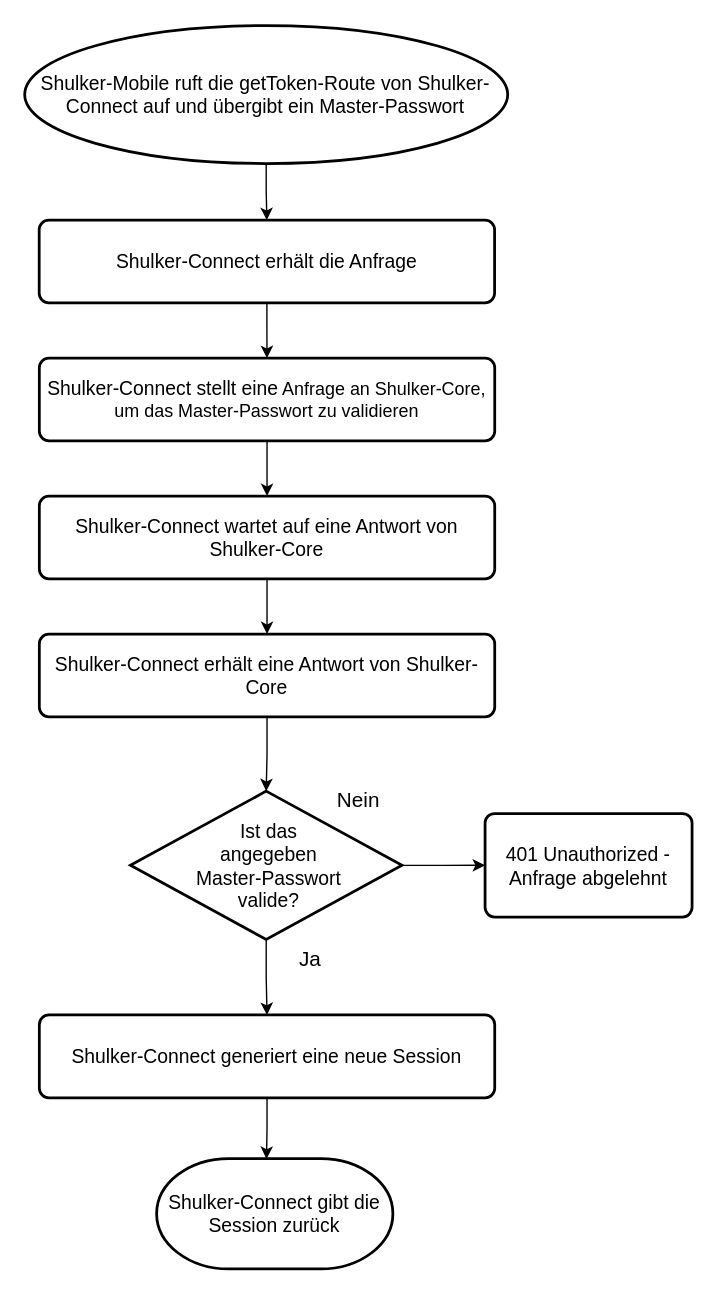
Earlier version of the draw.io diagram shulker-docs/images/connect/AblaufGetToken.drawio (htl-anichstrasse/shulker). Source tidied: cells renumbered, new cells numbered last; positions are measured from the earlier drawing's top-left corner, leaving out a move shared by most shapes. Both pictures are drawn from the tidied source at 138%, with x=0, y=0 at pixel (23, 25).
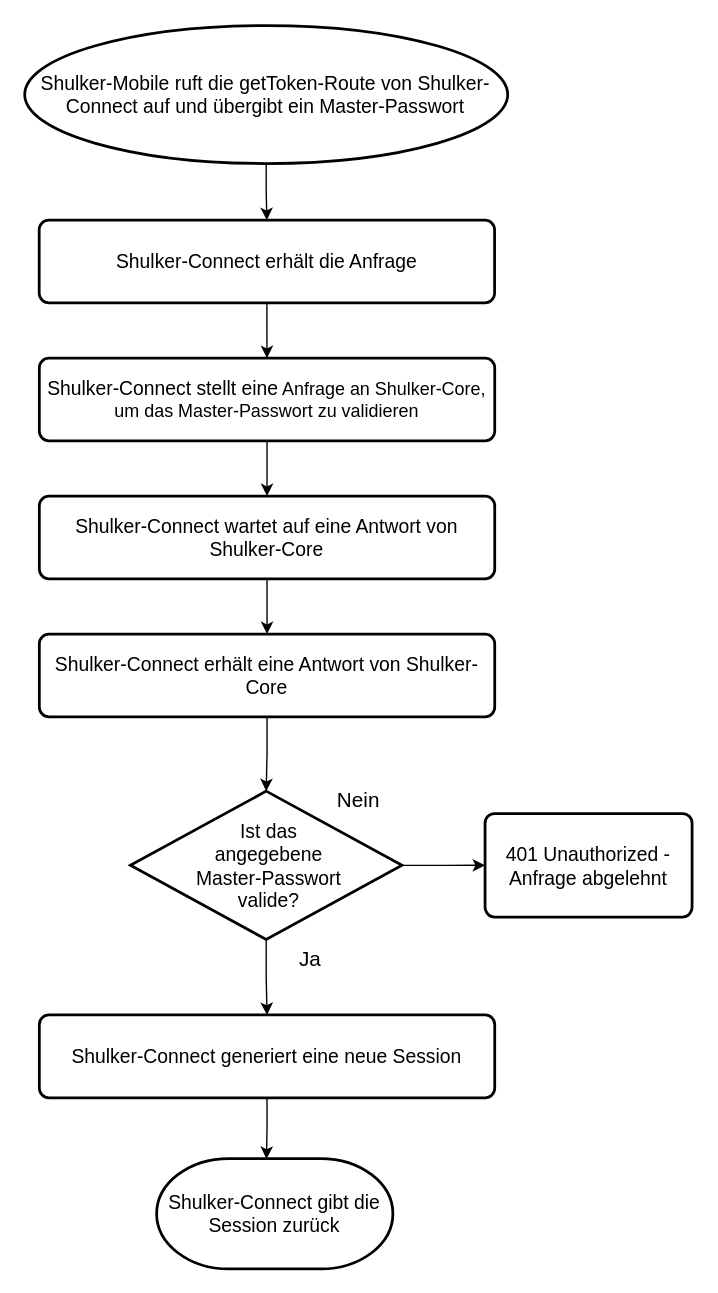
Above is the later version.

Change to the diagram source:
```diff
@@
-    <mxCell id="14" value="&lt;div style=&quot;font-size: 14px&quot; align=&quot;center&quot;&gt;&lt;font style=&quot;font-size: 14px&quot;&gt;Ist das &lt;br&gt;&lt;/font&gt;&lt;/div&gt;&lt;div style=&quot;font-size: 14px&quot; align=&quot;center&quot;&gt;&lt;font style=&quot;font-size: 14px&quot;&gt;angegeben &lt;br&gt;&lt;/font&gt;&lt;/div&gt;&lt;div style=&quot;font-size: 14px&quot; align=&quot;center&quot;&gt;&lt;font style=&quot;font-size: 14px&quot;&gt;Master-Passwort &lt;br&gt;&lt;/font&gt;&lt;/div&gt;&lt;div style=&quot;font-size: 14px&quot; align=&quot;center&quot;&gt;&lt;font style=&quot;font-size: 14px&quot;&gt;valide?&lt;/font&gt;&lt;/div&gt;" style="text;html=1;align=center;verticalAlign=middle;strokeColor=none;fillColor=none;fontSize=18;" parent="1" vertex="1">
+    <mxCell id="14" value="&lt;div style=&quot;font-size: 14px&quot; align=&quot;center&quot;&gt;&lt;font style=&quot;font-size: 14px&quot;&gt;Ist das &lt;br&gt;&lt;/font&gt;&lt;/div&gt;&lt;div style=&quot;font-size: 14px&quot; align=&quot;center&quot;&gt;&lt;font style=&quot;font-size: 14px&quot;&gt;angegebene&lt;br&gt;&lt;/font&gt;&lt;/div&gt;&lt;div style=&quot;font-size: 14px&quot; align=&quot;center&quot;&gt;&lt;font style=&quot;font-size: 14px&quot;&gt;Master-Passwort &lt;br&gt;&lt;/font&gt;&lt;/div&gt;&lt;div style=&quot;font-size: 14px&quot; align=&quot;center&quot;&gt;&lt;font style=&quot;font-size: 14px&quot;&gt;valide?&lt;/font&gt;&lt;/div&gt;" style="text;html=1;align=center;verticalAlign=middle;strokeColor=none;fillColor=none;fontSize=18;" parent="1" vertex="1">
       <mxGeometry x="117" y="563.5" width="120" height="90" as="geometry" />
     </mxCell>
```
